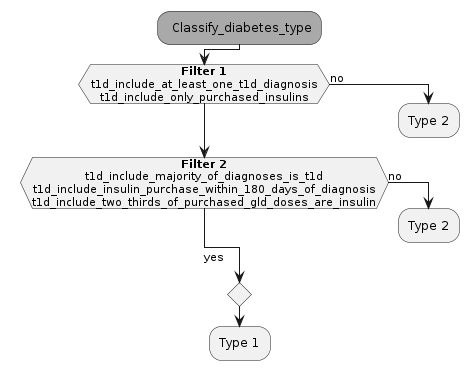
steno-aarhus/osdc keeps this PlantUML diagram as vignettes/images/classify-diabetes-type-functions.png. Above is the earlier version.
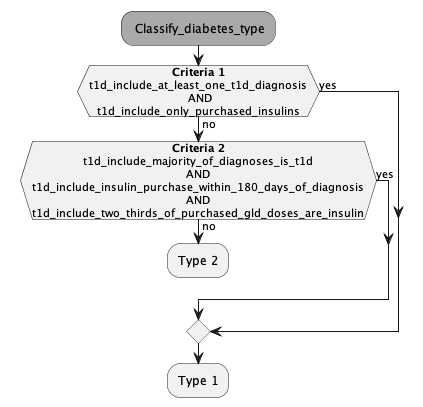
After the change.

Commit message:
fix: update classify diabetes type flow chart based on feedback from @Aastedet

Diff of the diagram source:
```diff
@@ -4,12 +4,12 @@
 
 #darkgrey: Classify_diabetes_type;
 !pragma useVerticalIf on
-if (**Filter 1**\nt1d_include_at_least_one_t1d_diagnosis\nt1d_include_only_purchased_insulins) then (no)
-  :Type 2;
-  detach
-elseif (**Filter 2**\nt1d_include_majority_of_diagnoses_is_t1d\nt1d_include_insulin_purchase_within_180_days_of_diagnosis\nt1d_include_two_thirds_of_purchased_gld_doses_are_insulin) then (no)
-  :Type 2;
-  detach
+if (**Criteria 1**\nt1d_include_at_least_one_t1d_diagnosis\n AND\nt1d_include_only_purchased_insulins) then (no)
+  if (**Criteria 2**\nt1d_include_majority_of_diagnoses_is_t1d\nAND\nt1d_include_insulin_purchase_within_180_days_of_diagnosis\nAND\nt1d_include_two_thirds_of_purchased_gld_doses_are_insulin) then (no)
+    :Type 2;
+    detach
+  else (\nyes)
+  endif
 else (\nyes)
 endif
 :Type 1;
```
